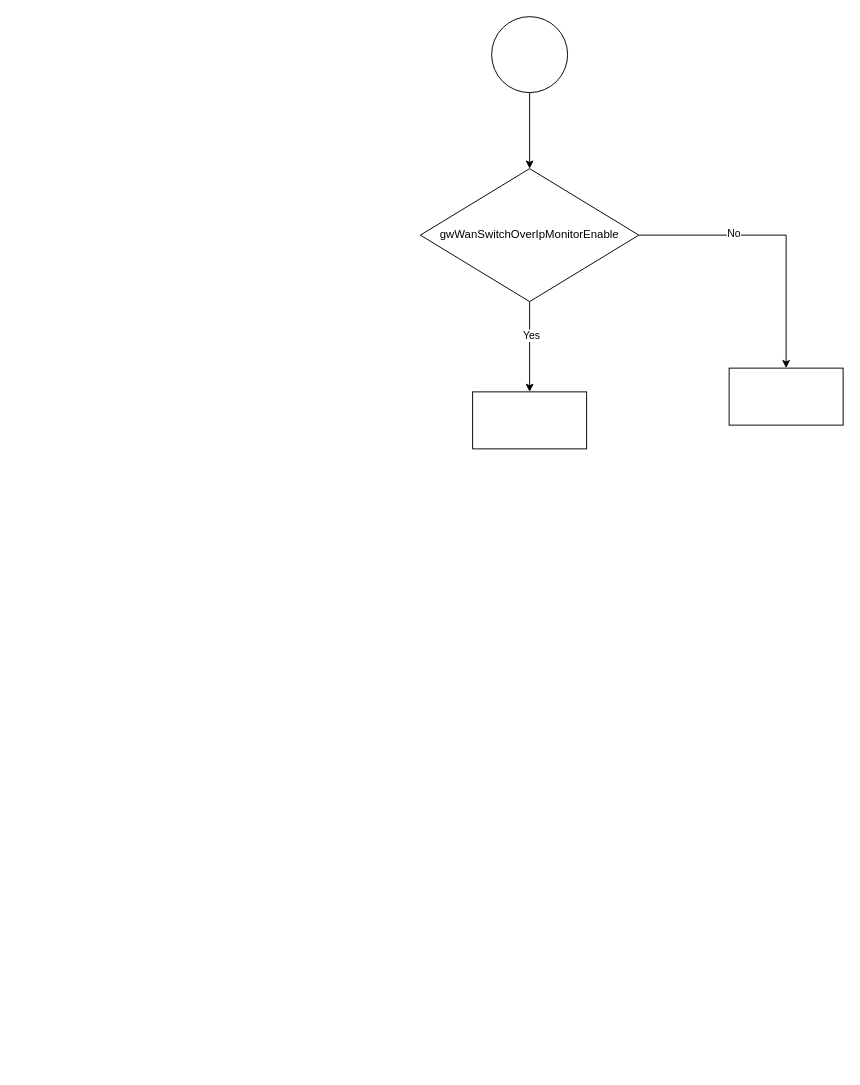
Earlier version of the draw.io diagram Puma7.drawio (nelsonchung/drawio). Source tidied: cells renumbered, new cells numbered last; positions are measured from the earlier drawing's top-left corner, leaving out a move shared by most shapes. Both pictures are drawn from the tidied source at 95%, with x=0, y=0 at pixel (420, 16).
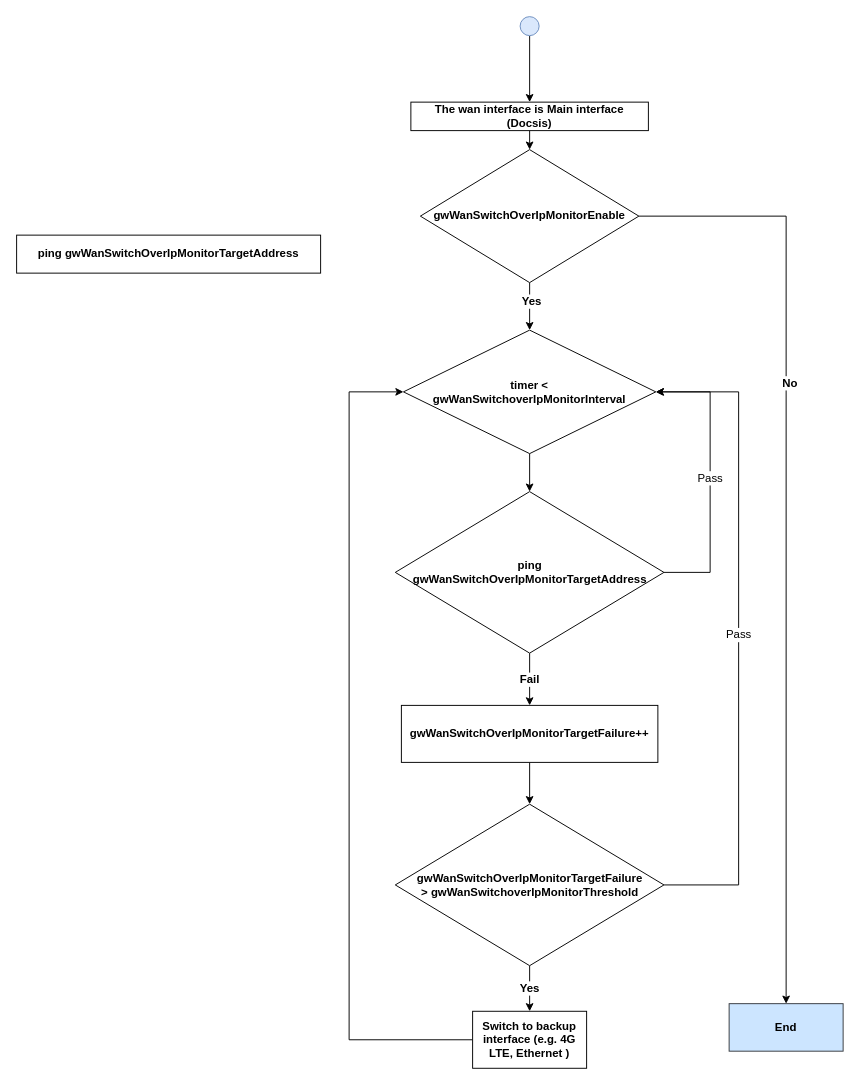
The same page after the edit.

The edit, as a diff of the source:
```diff
@@
-    <mxCell id="2" style="edgeStyle=orthogonalEdgeStyle;rounded=0;jettySize=auto;html=1;exitX=0.5;exitY=1;exitDx=0;exitDy=0;entryX=0.5;entryY=0;entryDx=0;entryDy=0;" parent="1" edge="1" source="3" target="8">
+    <mxCell id="2" style="edgeStyle=orthogonalEdgeStyle;rounded=0;jettySize=auto;html=1;exitX=0.5;exitY=1;exitDx=0;exitDy=0;entryX=0.5;entryY=0;entryDx=0;entryDy=0;fontSize=12;fontStyle=1;" parent="1" edge="1" source="3" target="15">
       <mxGeometry relative="1" as="geometry" />
     </mxCell>
-    <mxCell id="3" style="ellipse;whiteSpace=wrap;html=1;" parent="1" vertex="1">
-      <mxGeometry x="75" width="80" height="80" as="geometry" />
+    <mxCell id="3" style="ellipse;whiteSpace=wrap;html=1;fillColor=#dae8fc;strokeColor=#6c8ebf;fontSize=12;fontStyle=1;" parent="1" vertex="1">
+      <mxGeometry x="105" width="20" height="20" as="geometry" />
     </mxCell>
-    <mxCell id="4" style="edgeStyle=orthogonalEdgeStyle;rounded=0;jettySize=auto;html=1;exitX=0.5;exitY=1;exitDx=0;exitDy=0;entryX=0.5;entryY=0;entryDx=0;entryDy=0;" parent="1" edge="1" source="8" target="9">
+    <mxCell id="4" style="edgeStyle=orthogonalEdgeStyle;rounded=0;jettySize=auto;html=1;exitX=0.5;exitY=1;exitDx=0;exitDy=0;entryX=0.5;entryY=0;entryDx=0;entryDy=0;fontSize=12;fontStyle=1;" parent="1" edge="1" source="8" target="12">
       <mxGeometry relative="1" as="geometry" />
     </mxCell>
-    <mxCell id="5" value="Yes" style="edgeLabel;html=1;align=center;verticalAlign=middle;" parent="4" vertex="1">
+    <mxCell id="5" value="Yes" style="edgeLabel;html=1;align=center;verticalAlign=middle;fontSize=12;fontStyle=1;" parent="4" vertex="1">
       <mxGeometry x="-0.26" y="1" relative="1" as="geometry" />
     </mxCell>
-    <mxCell id="6" style="edgeStyle=orthogonalEdgeStyle;rounded=0;jettySize=auto;html=1;exitX=1;exitY=0.5;exitDx=0;exitDy=0;entryX=0.5;entryY=0;entryDx=0;entryDy=0;" parent="1" edge="1" source="8" target="10">
+    <mxCell id="6" style="edgeStyle=orthogonalEdgeStyle;rounded=0;jettySize=auto;html=1;exitX=1;exitY=0.5;exitDx=0;exitDy=0;entryX=0.5;entryY=0;entryDx=0;entryDy=0;fontSize=12;fontStyle=1;" parent="1" edge="1" source="8" target="10">
       <mxGeometry relative="1" as="geometry" />
     </mxCell>
-    <mxCell id="7" value="No" style="edgeLabel;html=1;align=center;verticalAlign=middle;" parent="6" vertex="1">
+    <mxCell id="7" value="No" style="edgeLabel;html=1;align=center;verticalAlign=middle;fontSize=12;fontStyle=1;" parent="6" vertex="1">
       <mxGeometry x="-0.33" y="3" relative="1" as="geometry" />
     </mxCell>
-    <mxCell id="8" value="gwWanSwitchOverIpMonitorEnable" style="rhombus;whiteSpace=wrap;html=1;" parent="1" vertex="1">
-      <mxGeometry y="160" width="230" height="140" as="geometry" />
+    <mxCell id="8" value="gwWanSwitchOverIpMonitorEnable" style="rhombus;whiteSpace=wrap;html=1;fontSize=12;fontStyle=1;" parent="1" vertex="1">
+      <mxGeometry y="140" width="230" height="140" as="geometry" />
     </mxCell>
-    <mxCell id="9" style="rounded=0;whiteSpace=wrap;html=1;" parent="1" vertex="1">
-      <mxGeometry x="55" y="395" width="120" height="60" as="geometry" />
-    </mxCell>
-    <mxCell id="10" style="rounded=0;whiteSpace=wrap;html=1;" parent="1" vertex="1">
-      <mxGeometry x="325" y="370" width="120" height="60" as="geometry" />
+    <mxCell id="10" value="End" style="rounded=0;whiteSpace=wrap;html=1;fillColor=#cce5ff;strokeColor=#36393d;fontSize=12;fontStyle=1;" parent="1" vertex="1">
+      <mxGeometry x="325" y="1039" width="120" height="50" as="geometry" />
     </mxCell>
+    <mxCell id="11" style="edgeStyle=orthogonalEdgeStyle;rounded=0;jettySize=auto;html=1;exitX=0.5;exitY=1;exitDx=0;exitDy=0;entryX=0.5;entryY=0;entryDx=0;entryDy=0;fontSize=12;fontStyle=1;" parent="1" edge="1" source="12" target="18">
+      <mxGeometry relative="1" as="geometry" />
+    </mxCell>
+    <mxCell id="12" value="timer &amp;lt;&lt;br style=&quot;font-size: 12px;&quot;&gt;gwWanSwitchoverIpMonitorInterval" style="rhombus;whiteSpace=wrap;html=1;fontSize=12;fontStyle=1;" parent="1" vertex="1">
+      <mxGeometry x="-17.8" y="330" width="265.6" height="130" as="geometry" />
+    </mxCell>
+    <mxCell id="13" value="ping gwWanSwitchOverIpMonitorTargetAddress" style="rounded=0;whiteSpace=wrap;html=1;fontSize=12;fontStyle=1;" parent="1" vertex="1">
+      <mxGeometry x="-425" y="230" width="320" height="40" as="geometry" />
+    </mxCell>
+    <mxCell id="14" style="edgeStyle=orthogonalEdgeStyle;rounded=0;jettySize=auto;html=1;exitX=0.5;exitY=1;exitDx=0;exitDy=0;entryX=0.5;entryY=0;entryDx=0;entryDy=0;fontSize=12;fontStyle=1;" parent="1" edge="1" source="15" target="8">
+      <mxGeometry relative="1" as="geometry" />
+    </mxCell>
+    <mxCell id="15" value="The wan interface is Main interface (Docsis)" style="rounded=0;whiteSpace=wrap;html=1;fontSize=12;fontStyle=1;" parent="1" vertex="1">
+      <mxGeometry x="-10" y="90" width="250" height="30" as="geometry" />
+    </mxCell>
+    <mxCell id="16" value="Fail" style="edgeStyle=orthogonalEdgeStyle;rounded=0;jettySize=auto;html=1;exitX=0.5;exitY=1;exitDx=0;exitDy=0;entryX=0.5;entryY=0;entryDx=0;entryDy=0;fontSize=12;fontStyle=1;" parent="1" edge="1" source="18" target="22">
+      <mxGeometry relative="1" as="geometry" />
+    </mxCell>
+    <mxCell id="17" value="Pass" style="edgeStyle=orthogonalEdgeStyle;rounded=0;jettySize=auto;html=1;exitX=1;exitY=0.5;exitDx=0;exitDy=0;entryX=1;entryY=0.5;entryDx=0;entryDy=0;fontSize=12;" parent="1" edge="1" source="18" target="12">
+      <mxGeometry relative="1" as="geometry">
+        <Array as="points">
+          <mxPoint x="305" y="585" />
+          <mxPoint x="305" y="395" />
+        </Array>
+      </mxGeometry>
+    </mxCell>
+    <mxCell id="18" value="ping &lt;br style=&quot;font-size: 12px;&quot;&gt;gwWanSwitchOverIpMonitorTargetAddress" style="rhombus;whiteSpace=wrap;html=1;horizontal=1;verticalAlign=middle;fontSize=12;fontStyle=1;" parent="1" vertex="1">
+      <mxGeometry x="-26.4" y="500" width="282.8" height="170" as="geometry" />
+    </mxCell>
+    <mxCell id="19" style="edgeStyle=orthogonalEdgeStyle;rounded=0;jettySize=auto;html=1;exitX=0;exitY=0.5;exitDx=0;exitDy=0;entryX=0;entryY=0.5;entryDx=0;entryDy=0;fontSize=12;fontStyle=1;" parent="1" edge="1" source="20" target="12">
+      <mxGeometry relative="1" as="geometry">
+        <Array as="points">
+          <mxPoint x="-75" y="1077" />
+          <mxPoint x="-75" y="395" />
+        </Array>
+      </mxGeometry>
+    </mxCell>
+    <mxCell id="20" value="Switch to backup interface (e.g. 4G LTE, Ethernet )" style="rounded=0;whiteSpace=wrap;html=1;fontSize=12;fontStyle=1;" parent="1" vertex="1">
+      <mxGeometry x="55" y="1047" width="120" height="60" as="geometry" />
+    </mxCell>
+    <mxCell id="21" style="edgeStyle=orthogonalEdgeStyle;rounded=0;jettySize=auto;html=1;exitX=0.5;exitY=1;exitDx=0;exitDy=0;entryX=0.5;entryY=0;entryDx=0;entryDy=0;fontSize=12;fontStyle=1;" parent="1" edge="1" source="22" target="25">
+      <mxGeometry relative="1" as="geometry" />
+    </mxCell>
+    <mxCell id="22" value="gwWanSwitchOverIpMonitorTargetFailure++" style="rounded=0;whiteSpace=wrap;html=1;fontSize=12;fontStyle=1;" parent="1" vertex="1">
+      <mxGeometry x="-20" y="725" width="270" height="60" as="geometry" />
+    </mxCell>
+    <mxCell id="23" value="Yes" style="edgeStyle=orthogonalEdgeStyle;rounded=0;jettySize=auto;html=1;exitX=0.5;exitY=1;exitDx=0;exitDy=0;entryX=0.5;entryY=0;entryDx=0;entryDy=0;fontSize=12;fontStyle=1;" parent="1" edge="1" source="25" target="20">
+      <mxGeometry relative="1" as="geometry" />
+    </mxCell>
+    <mxCell id="24" value="Pass" style="edgeStyle=orthogonalEdgeStyle;rounded=0;jettySize=auto;html=1;exitX=1;exitY=0.5;exitDx=0;exitDy=0;entryX=1;entryY=0.5;entryDx=0;entryDy=0;fontSize=12;" parent="1" edge="1" source="25" target="12">
+      <mxGeometry relative="1" as="geometry">
+        <Array as="points">
+          <mxPoint x="335" y="914" />
+          <mxPoint x="335" y="395" />
+        </Array>
+      </mxGeometry>
+    </mxCell>
+    <mxCell id="25" value="gwWanSwitchOverIpMonitorTargetFailure &amp;gt;&amp;nbsp;gwWanSwitchoverIpMonitorThreshold" style="rhombus;whiteSpace=wrap;html=1;horizontal=1;verticalAlign=middle;fontSize=12;fontStyle=1;" parent="1" vertex="1">
+      <mxGeometry x="-26.4" y="829" width="282.8" height="170" as="geometry" />
+    </mxCell>
```
